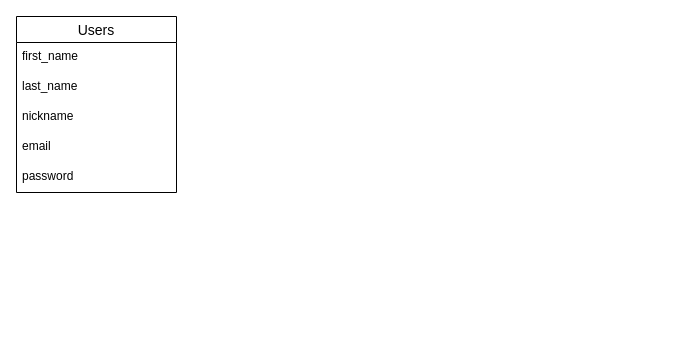
Earlier version of the draw.io diagram roadmap.dio (nakayu08/roadmap). Source tidied: cells renumbered, new cells numbered last; positions are measured from the earlier drawing's top-left corner, leaving out a move shared by most shapes. Both pictures are drawn from the tidied source at 100%, with x=0, y=0 at pixel (16, 16).
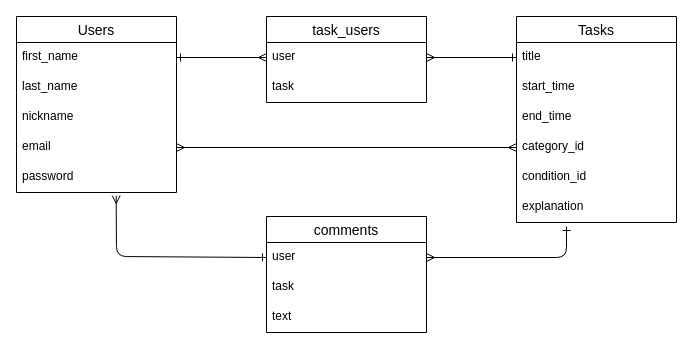
Above is the later version.

The change refers to these unchanged cells:
```xml
<mxCell id="3" value="first_name" style="text;strokeColor=none;fillColor=none;spacingLeft=4;spacingRight=4;overflow=hidden;points=[[0,0.5],[1,0.5]];portConstraint=eastwest;fontSize=12;" parent="2" vertex="1">
  <mxGeometry y="26" width="160" height="30" as="geometry" />
</mxCell>
<mxCell id="6" value="email" style="text;strokeColor=none;fillColor=none;spacingLeft=4;spacingRight=4;overflow=hidden;points=[[0,0.5],[1,0.5]];portConstraint=eastwest;fontSize=12;" parent="2" vertex="1">
  <mxGeometry y="116" width="160" height="30" as="geometry" />
</mxCell>
<mxCell id="7" value="password" style="text;strokeColor=none;fillColor=none;spacingLeft=4;spacingRight=4;overflow=hidden;points=[[0,0.5],[1,0.5]];portConstraint=eastwest;fontSize=12;" parent="2" vertex="1">
  <mxGeometry y="146" width="160" height="30" as="geometry" />
</mxCell>
```

What changed in the source:
```diff
@@
+    <mxCell id="8" value="Tasks" style="swimlane;fontStyle=0;horizontal=1;startSize=26;align=center;fontSize=14;" parent="1" vertex="1">
+      <mxGeometry x="500" width="160" height="206" as="geometry" />
+    </mxCell>
+    <mxCell id="9" value="title" style="text;strokeColor=none;fillColor=none;spacingLeft=4;spacingRight=4;overflow=hidden;points=[[0,0.5],[1,0.5]];portConstraint=eastwest;fontSize=12;" parent="8" vertex="1">
+      <mxGeometry y="26" width="160" height="30" as="geometry" />
+    </mxCell>
+    <mxCell id="10" value="start_time" style="text;strokeColor=none;fillColor=none;spacingLeft=4;spacingRight=4;overflow=hidden;fontSize=12;" parent="8" vertex="1">
+      <mxGeometry y="56" width="160" height="30" as="geometry" />
+    </mxCell>
+    <mxCell id="11" value="end_time" style="text;strokeColor=none;fillColor=none;spacingLeft=4;spacingRight=4;overflow=hidden;fontSize=12;" parent="8" vertex="1">
+      <mxGeometry y="86" width="160" height="30" as="geometry" />
+    </mxCell>
+    <mxCell id="12" value="category_id" style="text;strokeColor=none;fillColor=none;spacingLeft=4;spacingRight=4;overflow=hidden;points=[[0,0.5],[1,0.5]];portConstraint=eastwest;fontSize=12;" parent="8" vertex="1">
+      <mxGeometry y="116" width="160" height="30" as="geometry" />
+    </mxCell>
+    <mxCell id="13" value="condition_id" style="text;strokeColor=none;fillColor=none;spacingLeft=4;spacingRight=4;overflow=hidden;fontSize=12;" parent="8" vertex="1">
+      <mxGeometry y="146" width="160" height="30" as="geometry" />
+    </mxCell>
+    <mxCell id="14" value="explanation" style="text;strokeColor=none;fillColor=none;spacingLeft=4;spacingRight=4;overflow=hidden;fontSize=12;" parent="8" vertex="1">
+      <mxGeometry y="176" width="160" height="30" as="geometry" />
+    </mxCell>
+    <mxCell id="15" value="task_users" style="swimlane;fontStyle=0;horizontal=1;startSize=26;align=center;fontSize=14;" parent="1" vertex="1">
+      <mxGeometry x="250" width="160" height="86" as="geometry" />
+    </mxCell>
+    <mxCell id="16" value="user" style="text;strokeColor=none;fillColor=none;spacingLeft=4;spacingRight=4;overflow=hidden;points=[[0,0.5],[1,0.5]];portConstraint=eastwest;fontSize=12;" parent="15" vertex="1">
+      <mxGeometry y="26" width="160" height="30" as="geometry" />
+    </mxCell>
+    <mxCell id="17" value="task" style="text;strokeColor=none;fillColor=none;spacingLeft=4;spacingRight=4;overflow=hidden;fontSize=12;" parent="15" vertex="1">
+      <mxGeometry y="56" width="160" height="30" as="geometry" />
+    </mxCell>
+    <mxCell id="18" style="endArrow=ERmany;html=1;rounded=0;entryX=0;entryY=0.5;entryDx=0;entryDy=0;startArrow=ERone;startFill=0;endFill=0;exitX=1;exitY=0.5;exitDx=0;exitDy=0;" parent="1" edge="1" source="3" target="16">
+      <mxGeometry relative="1" as="geometry" />
+    </mxCell>
+    <mxCell id="19" style="endArrow=ERone;html=1;rounded=0;exitX=1;exitY=0.5;exitDx=0;exitDy=0;entryX=0;entryY=0.5;entryDx=0;entryDy=0;endFill=0;startArrow=ERmany;startFill=0;" parent="1" edge="1" source="16" target="9">
+      <mxGeometry relative="1" as="geometry" />
+    </mxCell>
+    <mxCell id="20" style="html=1;align=right;verticalAlign=bottom;" parent="19" vertex="1">
+      <mxGeometry x="1" relative="1" as="geometry" />
+    </mxCell>
+    <mxCell id="21" style="endArrow=ERmany;html=1;rounded=0;exitX=1;exitY=0.5;exitDx=0;exitDy=0;entryX=0;entryY=0.5;entryDx=0;entryDy=0;startArrow=ERmany;startFill=0;endFill=0;" parent="1" edge="1" source="6" target="12">
+      <mxGeometry relative="1" as="geometry" />
+    </mxCell>
+    <mxCell id="22" style="html=1;align=right;verticalAlign=bottom;" parent="21" vertex="1">
+      <mxGeometry x="1" relative="1" as="geometry" />
+    </mxCell>
+    <mxCell id="23" value="comments" style="swimlane;fontStyle=0;horizontal=1;startSize=26;align=center;fontSize=14;" parent="1" vertex="1">
+      <mxGeometry x="250" y="200" width="160" height="116" as="geometry" />
+    </mxCell>
+    <mxCell id="24" value="user" style="text;strokeColor=none;fillColor=none;spacingLeft=4;spacingRight=4;overflow=hidden;points=[[0,0.5],[1,0.5]];portConstraint=eastwest;fontSize=12;" parent="23" vertex="1">
+      <mxGeometry y="26" width="160" height="30" as="geometry" />
+    </mxCell>
+    <mxCell id="25" value="task" style="text;strokeColor=none;fillColor=none;spacingLeft=4;spacingRight=4;overflow=hidden;fontSize=12;" parent="23" vertex="1">
+      <mxGeometry y="56" width="160" height="30" as="geometry" />
+    </mxCell>
+    <mxCell id="26" value="text" style="text;strokeColor=none;fillColor=none;spacingLeft=4;spacingRight=4;overflow=hidden;fontSize=12;" parent="23" vertex="1">
+      <mxGeometry y="86" width="160" height="30" as="geometry" />
+    </mxCell>
+    <mxCell id="27" style="edgeStyle=none;html=1;exitX=0;exitY=0.5;exitDx=0;exitDy=0;entryX=0.623;entryY=1.1;entryDx=0;entryDy=0;entryPerimeter=0;startArrow=ERone;startFill=0;endArrow=ERmany;endFill=0;" parent="1" edge="1" source="24" target="7">
+      <mxGeometry relative="1" as="geometry">
+        <Array as="points">
+          <mxPoint x="100" y="240" />
+        </Array>
+      </mxGeometry>
+    </mxCell>
+    <mxCell id="28" style="edgeStyle=none;html=1;exitX=1;exitY=0.5;exitDx=0;exitDy=0;startArrow=ERmany;startFill=0;endArrow=ERone;endFill=0;" parent="1" edge="1" source="24">
+      <mxGeometry relative="1" as="geometry">
+        <mxPoint x="550" y="210" as="targetPoint" />
+        <Array as="points">
+          <mxPoint x="550" y="241" />
+        </Array>
+      </mxGeometry>
+    </mxCell>
```
